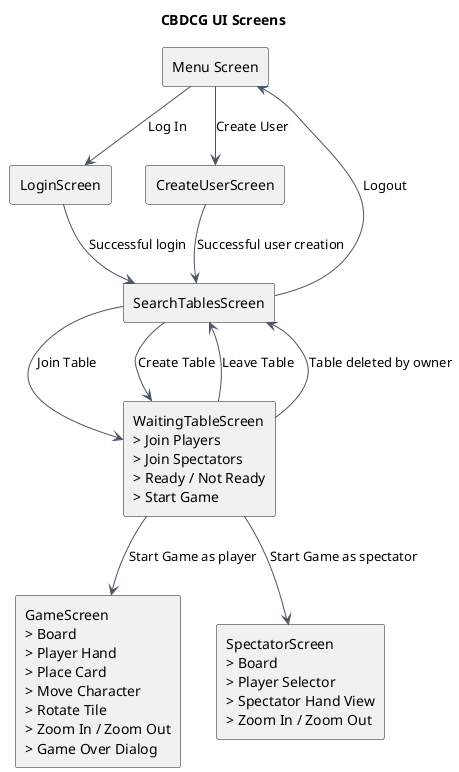
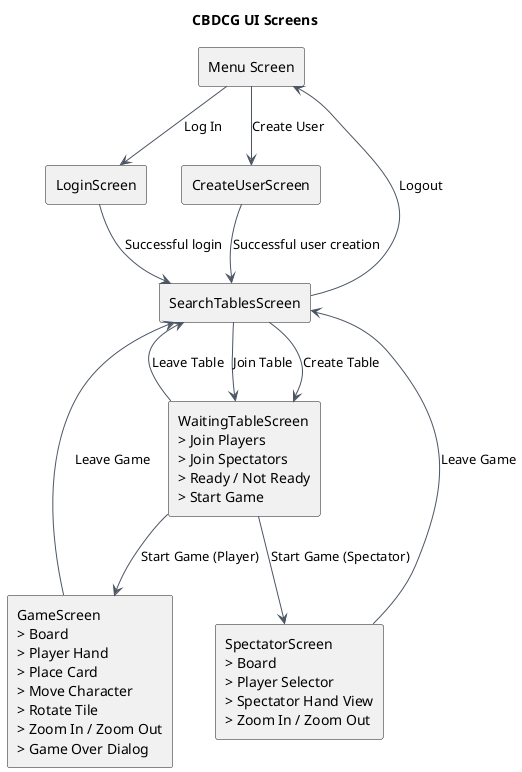
@startuml
title CBDCG UI Screens

skinparam backgroundColor white
skinparam shadowing false
skinparam defaultFontName Arial
skinparam packageStyle rectangle
skinparam ArrowColor #4B5563
skinparam NoteBackgroundColor #FFF8DC
skinparam NoteBorderColor #D4A017

rectangle "Menu Screen" as Menu

rectangle "LoginScreen" as Login

rectangle "CreateUserScreen" as CreateUser

rectangle "SearchTablesScreen" as SearchTables

rectangle "WaitingTableScreen\n> Join Players\n> Join Spectators\n> Ready / Not Ready\n> Start Game" as WaitingTable

rectangle "GameScreen\n> Board\n> Player Hand\n> Place Card\n> Move Character\n> Rotate Tile\n> Zoom In / Zoom Out\n> Game Over Dialog" as Game

rectangle "SpectatorScreen\n> Board\n> Player Selector\n> Spectator Hand View\n> Zoom In / Zoom Out" as Spectator

Menu --> Login : Log In
Menu --> CreateUser : Create User

Login --> SearchTables : Successful login
CreateUser --> SearchTables : Successful user creation

SearchTables --> WaitingTable : Join Table
SearchTables --> WaitingTable : Create Table
SearchTables --> Menu : Logout

+ WaitingTable --> Game : Start Game (Player)
+ WaitingTable --> Spectator : Start Game (Spectator)
WaitingTable --> SearchTables : Leave Table
- WaitingTable --> SearchTables : Table deleted by owner
- WaitingTable --> Game : Start Game as player
- WaitingTable --> Spectator : Start Game as spectator
+ 
+ Game --> SearchTables : Leave Game
+ Spectator --> SearchTables : Leave Game

@enduml
